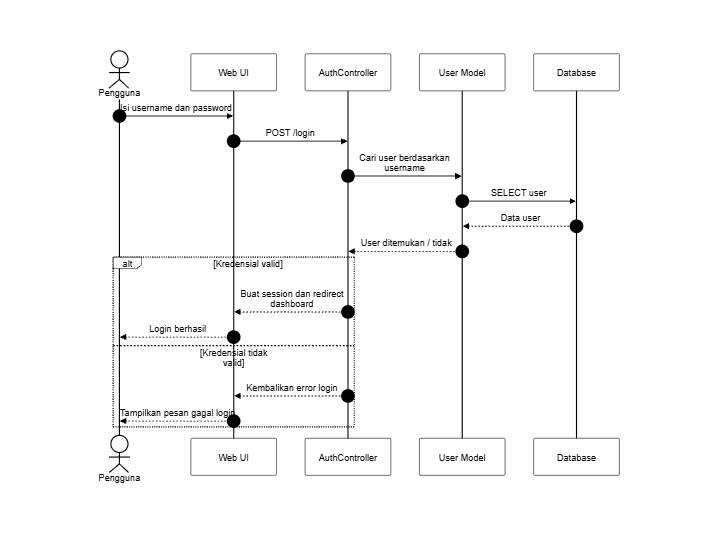
The Mermaid diagram docs/SequenceDiagram/PNG_Transparent/Autentikasi-Login.png in SulaimanHafi23/SimpegRSHDI, before a commit. Its source is kept beside it as docs/SequenceDiagram/Autentikasi-Login.mermaid.
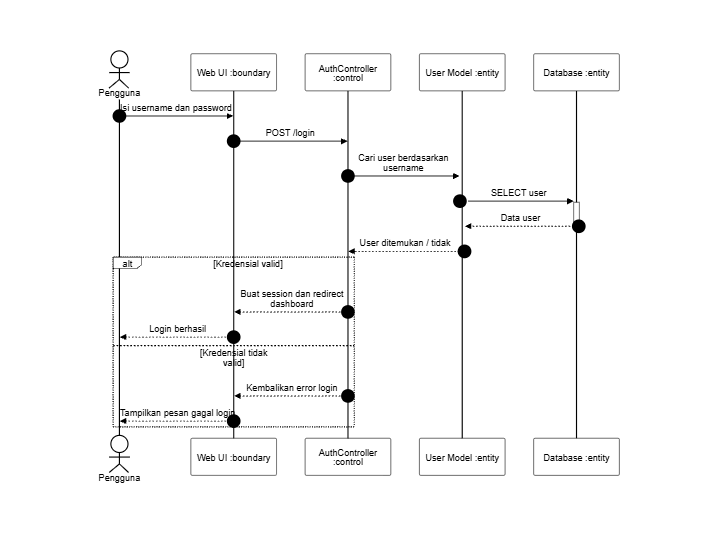
After the commit.

What changed in the source:
```diff
@@ -2,16 +2,16 @@
 sequenceDiagram
     autonumber
     actor A as Pengguna
-    participant UI as Web UI
-    participant C as AuthController
-    participant M as User Model
-    participant DB as Database
+    participant UI as Web UI :boundary
+    participant C as AuthController :control
+    participant M as User Model :entity
+    participant DB as Database :entity
 
     A->>UI: Isi username dan password
     UI->>C: POST /login
-    C->>M: Cari user berdasarkan username
-    M->>DB: SELECT user
-    DB-->>M: Data user
+    C->>+M: Cari user berdasarkan username
+    M->>+DB: SELECT user
+    DB-->>-M: Data user
     M-->>C: User ditemukan / tidak
     alt Kredensial valid
         C-->>UI: Buat session dan redirect dashboard
```
